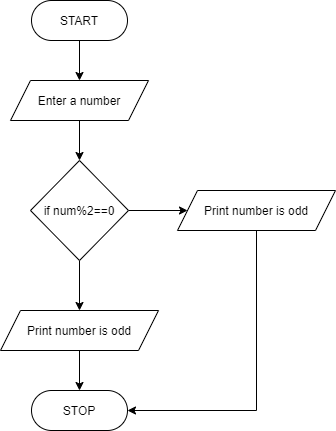
Before: oddevenfun.png, a diagram exported from draw.io (VishalSahu/Flowcharts). Source tidied: cells renumbered, new cells last; positions are measured from the earlier drawing's top-left corner, leaving out a move shared by most shapes.
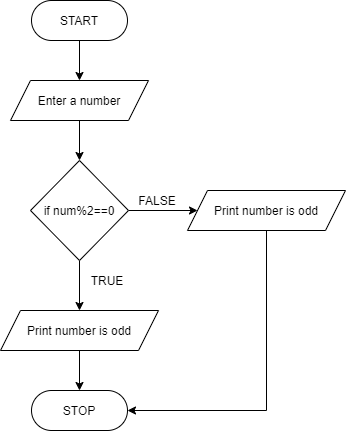
Later version of the same file.

Diff of the diagram source:
```diff
@@ -33,10 +33,16 @@
       <mxGeometry relative="1" as="geometry" />
     </mxCell>
     <mxCell id="12" value="Print number is odd" style="shape=parallelogram;perimeter=parallelogramPerimeter;whiteSpace=wrap;html=1;fixedSize=1;" parent="1" vertex="1">
-      <mxGeometry x="177" y="190" width="158" height="40" as="geometry" />
+      <mxGeometry x="187" y="190" width="158" height="40" as="geometry" />
     </mxCell>
     <mxCell id="13" value="STOP" style="rounded=1;whiteSpace=wrap;html=1;arcSize=50;" parent="1" vertex="1">
       <mxGeometry x="31" y="390" width="96" height="40" as="geometry" />
     </mxCell>
+    <mxCell id="14" value="TRUE" style="text;html=1;strokeColor=none;fillColor=none;align=center;verticalAlign=middle;whiteSpace=wrap;rounded=0;" parent="1" vertex="1">
+      <mxGeometry x="87" y="270" width="40" height="20" as="geometry" />
+    </mxCell>
+    <mxCell id="15" value="FALSE" style="text;html=1;strokeColor=none;fillColor=none;align=center;verticalAlign=middle;whiteSpace=wrap;rounded=0;" parent="1" vertex="1">
+      <mxGeometry x="137" y="190" width="40" height="20" as="geometry" />
+    </mxCell>
   </root>
 </mxGraphModel>
```
